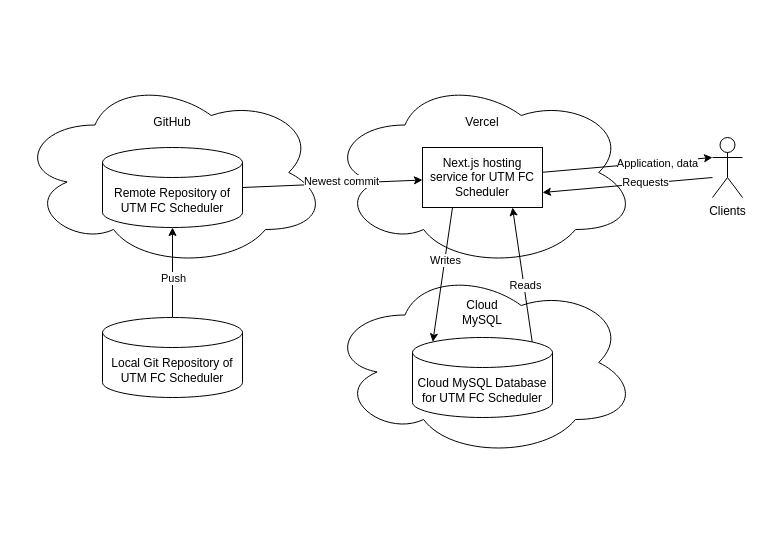
Earlier version of the draw.io diagram deployment/deployment.drawio (AdmiJW/UTM-FC-Scheduler-UML). Source tidied: cells renumbered, new cells numbered last; positions are measured from the earlier drawing's top-left corner, leaving out a move shared by most shapes. Both pictures are drawn from the tidied source at 100%, with x=0, y=0 at pixel (17, 77). Pictures stored in the file or linked from it are replaced by grey dashed boxes.
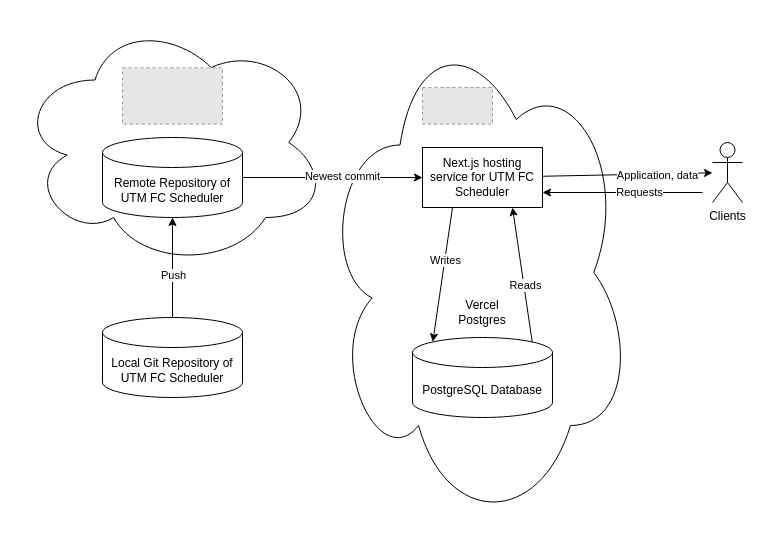
The same diagram, later.

Commit message (it also covers changes not shown here):
JW: Deployment diagram

The change refers to these unchanged cells:
```xml
<mxCell id="21" value="Next.js hosting service for UTM FC Scheduler" style="rounded=0;whiteSpace=wrap;html=1;" parent="1" vertex="1">
  <mxGeometry x="405" y="70" width="120" height="60" as="geometry" />
</mxCell>
```

Change to the diagram source:
```diff
@@
     <mxCell id="2" style="ellipse;shape=cloud;whiteSpace=wrap;html=1;" parent="1" vertex="1">
-      <mxGeometry width="310" height="190" as="geometry" />
+      <mxGeometry y="-60" width="310" height="250" as="geometry" />
     </mxCell>
@@
-    <mxCell id="6" value="GitHub" style="text;html=1;strokeColor=none;fillColor=none;align=center;verticalAlign=middle;whiteSpace=wrap;rounded=0;" parent="1" vertex="1">
-      <mxGeometry x="125" y="30" width="60" height="30" as="geometry" />
-    </mxCell>
     <mxCell id="7" value="Remote Repository of UTM FC Scheduler" style="shape=cylinder3;whiteSpace=wrap;html=1;boundedLbl=1;backgroundOutline=1;size=15;" parent="1" vertex="1">
-      <mxGeometry x="85" y="70" width="140" height="80" as="geometry" />
+      <mxGeometry x="85" y="60" width="140" height="80" as="geometry" />
     </mxCell>
     <mxCell id="8" style="ellipse;shape=cloud;whiteSpace=wrap;html=1;" parent="1" vertex="1">
-      <mxGeometry x="310" width="310" height="190" as="geometry" />
+      <mxGeometry x="305" y="-60" width="310" height="510" as="geometry" />
     </mxCell>
-    <mxCell id="9" value="Vercel" style="text;html=1;strokeColor=none;fillColor=none;align=center;verticalAlign=middle;whiteSpace=wrap;rounded=0;" parent="1" vertex="1">
-      <mxGeometry x="435" y="30" width="60" height="30" as="geometry" />
-    </mxCell>
-    <mxCell id="10" style="ellipse;shape=cloud;whiteSpace=wrap;html=1;" parent="1" vertex="1">
-      <mxGeometry x="310" y="190" width="310" height="190" as="geometry" />
-    </mxCell>
-    <mxCell id="11" value="Cloud MySQL" style="text;html=1;strokeColor=none;fillColor=none;align=center;verticalAlign=middle;whiteSpace=wrap;rounded=0;" parent="1" vertex="1">
+    <mxCell id="11" value="Vercel Postgres" style="text;html=1;strokeColor=none;fillColor=none;align=center;verticalAlign=middle;whiteSpace=wrap;rounded=0;" parent="1" vertex="1">
       <mxGeometry x="435" y="220" width="60" height="30" as="geometry" />
     </mxCell>
-    <mxCell id="12" value="Cloud MySQL Database for UTM FC Scheduler" style="shape=cylinder3;whiteSpace=wrap;html=1;boundedLbl=1;backgroundOutline=1;size=15;" parent="1" vertex="1">
+    <mxCell id="12" value="PostgreSQL Database" style="shape=cylinder3;whiteSpace=wrap;html=1;boundedLbl=1;backgroundOutline=1;size=15;" parent="1" vertex="1">
       <mxGeometry x="395" y="260" width="140" height="80" as="geometry" />
     </mxCell>
@@
-    <mxCell id="19" style="edgeStyle=none;html=1;" parent="1" edge="1" source="21">
-      <mxGeometry relative="1" as="geometry">
-        <mxPoint x="695" y="80" as="targetPoint" />
-      </mxGeometry>
+    <mxCell id="19" style="edgeStyle=none;html=1;" parent="1" edge="1" source="21" target="24">
+      <mxGeometry relative="1" as="geometry" />
     </mxCell>
@@
     <mxCell id="22" style="edgeStyle=none;html=1;entryX=1;entryY=0.75;entryDx=0;entryDy=0;" parent="1" edge="1" target="21">
       <mxGeometry relative="1" as="geometry">
-        <mxPoint x="695" y="100" as="sourcePoint" />
+        <mxPoint x="685" y="115" as="sourcePoint" />
       </mxGeometry>
     </mxCell>
@@
     <mxCell id="24" value="Clients" style="shape=umlActor;verticalLabelPosition=bottom;verticalAlign=top;html=1;outlineConnect=0;" parent="1" vertex="1">
-      <mxGeometry x="695" y="60" width="30" height="60" as="geometry" />
+      <mxGeometry x="695" y="65" width="30" height="60" as="geometry" />
     </mxCell>
+    <mxCell id="25" style="fillColor=#E6E6E6;strokeColor=#999999;dashed=1;verticalLabelPosition=bottom;verticalAlign=top;" parent="1" vertex="1">
+      <mxGeometry x="405" y="10" width="70" height="36.6" as="geometry" />
+    </mxCell>
+    <mxCell id="26" style="fillColor=#E6E6E6;strokeColor=#999999;dashed=1;verticalLabelPosition=bottom;verticalAlign=top;" parent="1" vertex="1">
+      <mxGeometry x="105" y="-9.7" width="100" height="56.3" as="geometry" />
+    </mxCell>
```
